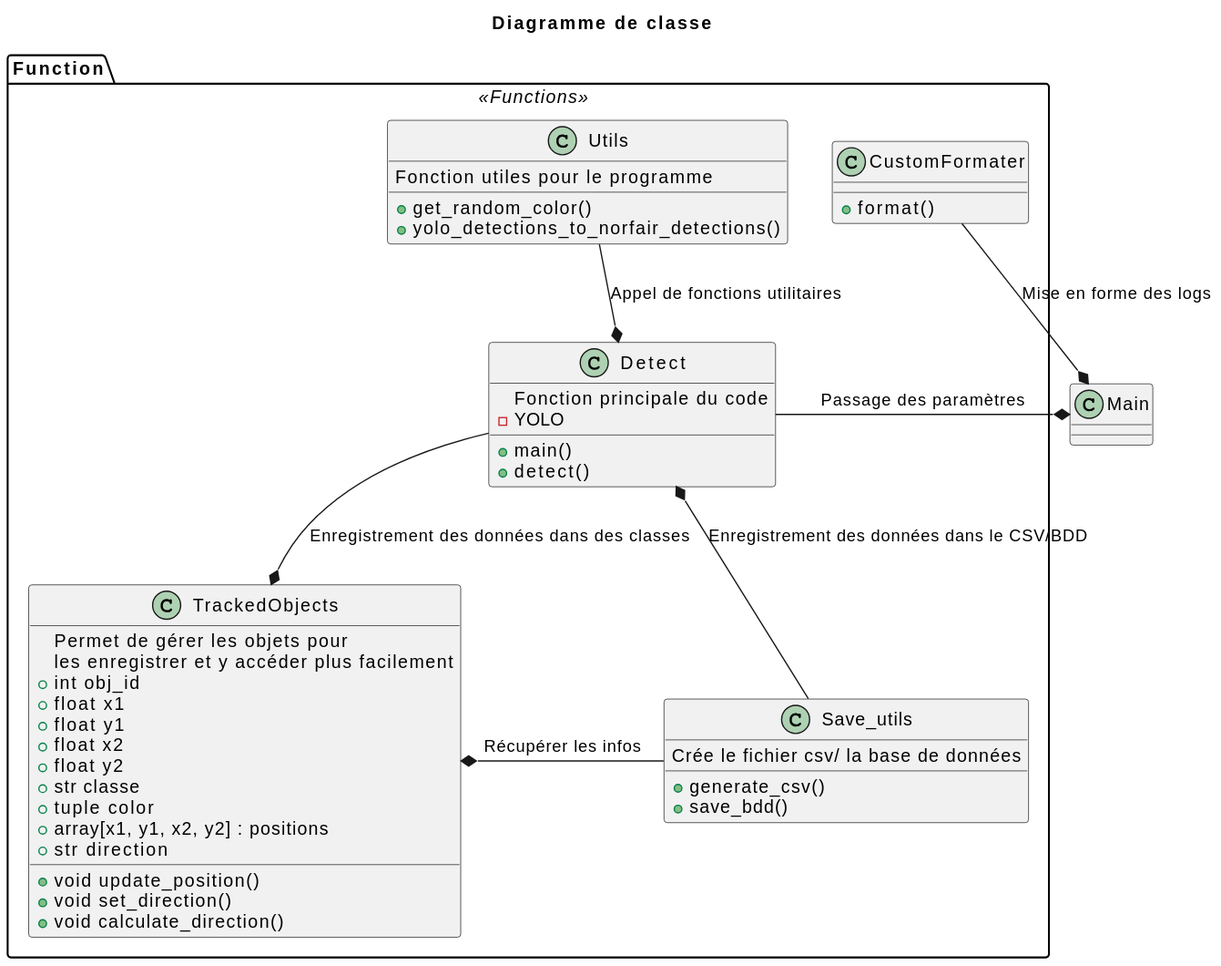
Before: docs/classDiagram.svg, a diagram exported from PlantUML (Drosscend/MiniBox).
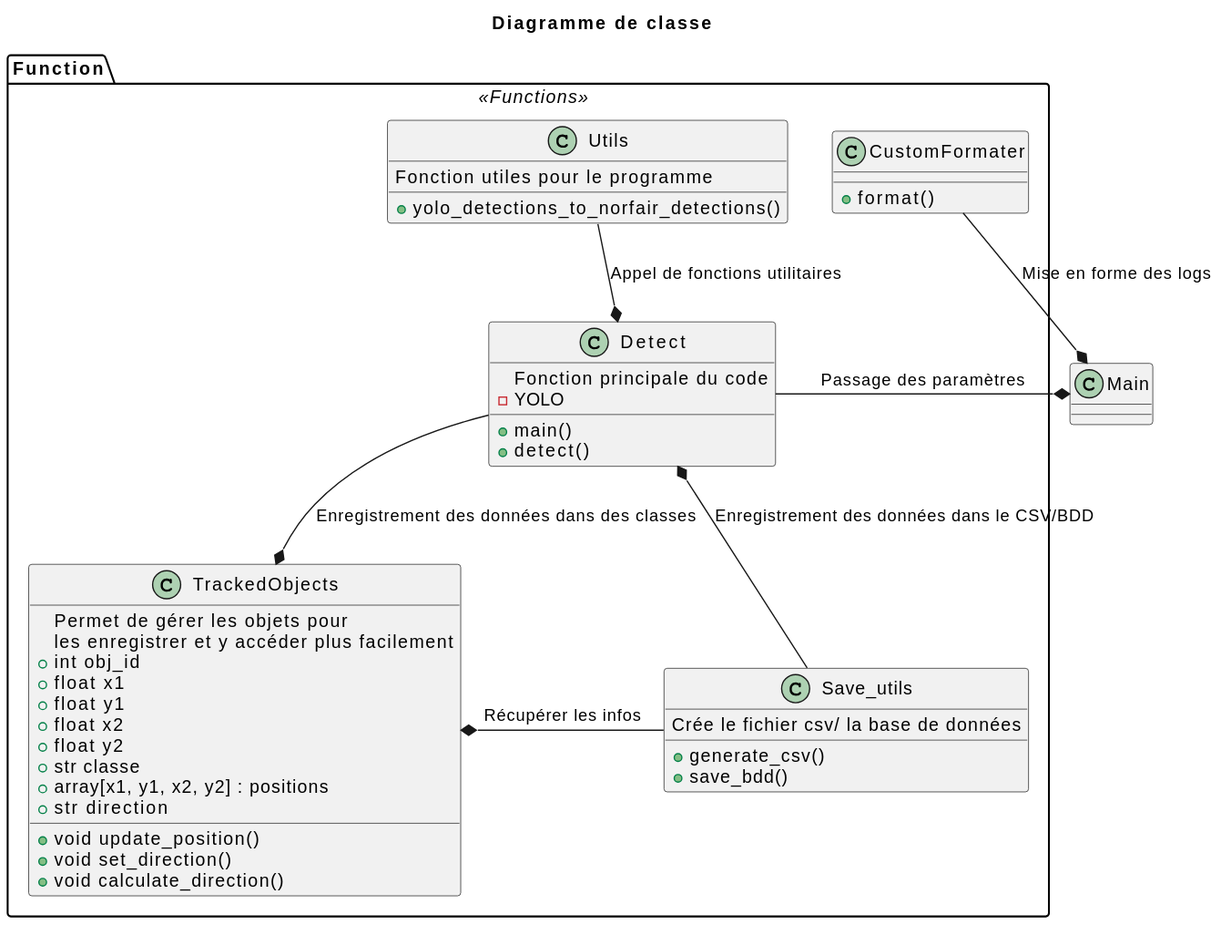
After the change.

Change to the diagram source:
```diff
@@ -22,7 +22,6 @@
     +float x2
     +float y2
     +str classe
-    +tuple color
     +array[x1, y1, x2, y2] : positions
     +str direction
     +void update_position()
@@ -38,7 +37,6 @@
 
   class Utils {
     Fonction utiles pour le programme
-    +get_random_color()
     +yolo_detections_to_norfair_detections()
   }
 
```
